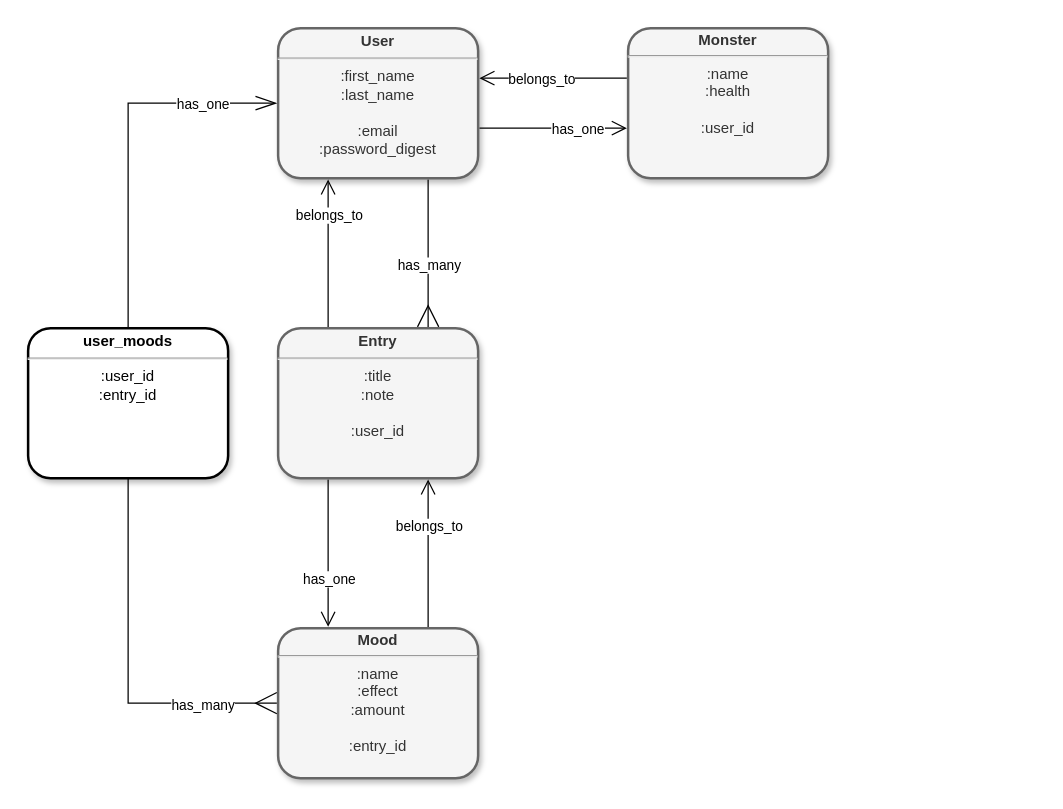
This is moody-mon.drawio from codymerritt347/moody-mon, a draw.io file, before an edit. Source tidied: cells renumbered, new cells numbered last; positions are measured from the earlier drawing's top-left corner, leaving out a move shared by most shapes. Both pictures are drawn from the tidied source at 125%, with x=0, y=0 at pixel (28, 28).
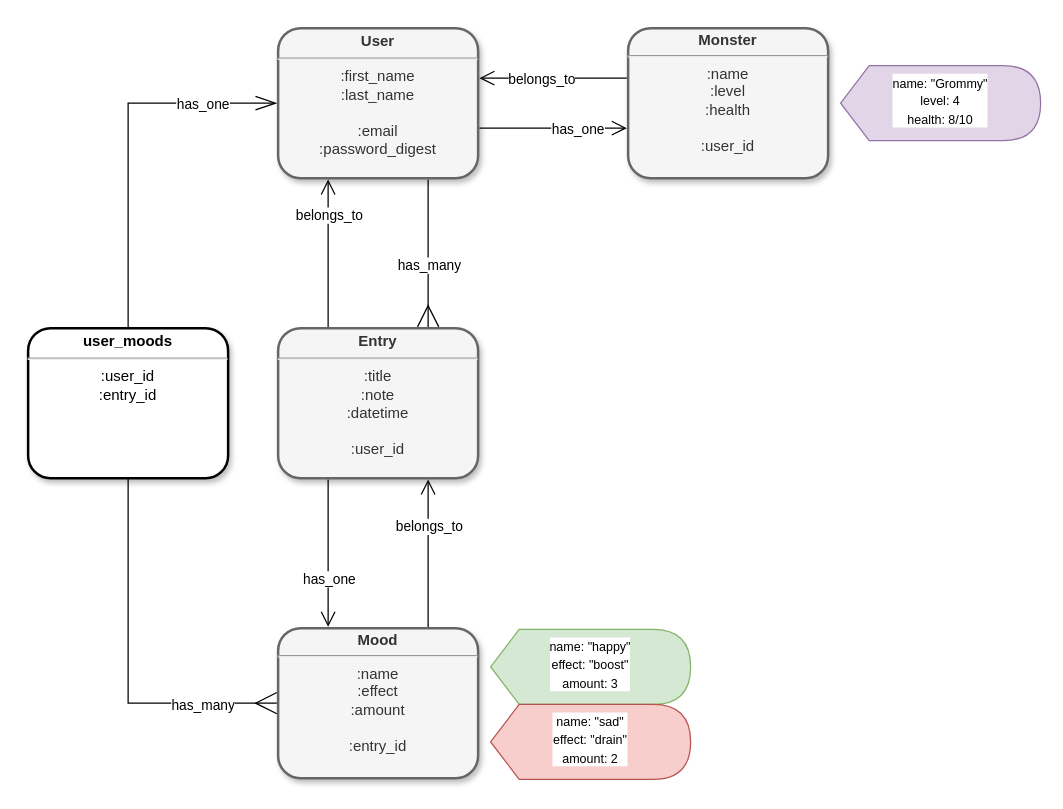
The same diagram, later.

Commit message:
Edit UML diagram

Diff of the diagram source:
```diff
@@
-    <mxCell id="12" value="&lt;p style=&quot;margin: 4px 0px 0px; line-height: 100%; font-size: 12px;&quot;&gt;&lt;b style=&quot;font-size: 12px;&quot;&gt;Monster&lt;/b&gt;&lt;/p&gt;&lt;hr style=&quot;font-size: 12px;&quot;&gt;:name&lt;br style=&quot;font-size: 12px;&quot;&gt;:health&lt;br style=&quot;font-size: 12px;&quot;&gt;&lt;br style=&quot;font-size: 12px;&quot;&gt;:user_id" style="verticalAlign=middle;align=center;overflow=fill;fontSize=12;fontFamily=Helvetica;html=1;perimeterSpacing=1;rounded=1;glass=0;shadow=1;sketch=0;strokeWidth=2;fillColor=#f5f5f5;strokeColor=#666666;fontColor=#333333;" parent="1" vertex="1">
+    <mxCell id="12" value="&lt;p style=&quot;margin: 4px 0px 0px ; line-height: 100% ; font-size: 12px&quot;&gt;&lt;b style=&quot;font-size: 12px&quot;&gt;Monster&lt;/b&gt;&lt;/p&gt;&lt;hr style=&quot;font-size: 12px&quot;&gt;:name&lt;br&gt;:level&lt;br style=&quot;font-size: 12px&quot;&gt;:health&lt;br style=&quot;font-size: 12px&quot;&gt;&lt;br style=&quot;font-size: 12px&quot;&gt;:user_id" style="verticalAlign=middle;align=center;overflow=fill;fontSize=12;fontFamily=Helvetica;html=1;perimeterSpacing=1;rounded=1;glass=0;shadow=1;sketch=0;strokeWidth=2;fillColor=#f5f5f5;strokeColor=#666666;fontColor=#333333;" parent="1" vertex="1">
       <mxGeometry x="480" width="160" height="120" as="geometry" />
     </mxCell>
@@
-    <mxCell id="17" value="&lt;p style=&quot;margin: 4px 0px 0px; font-size: 12px;&quot;&gt;&lt;b style=&quot;font-size: 12px;&quot;&gt;Entry&lt;/b&gt;&lt;/p&gt;&lt;hr style=&quot;font-size: 12px;&quot;&gt;:title&lt;br style=&quot;font-size: 12px;&quot;&gt;:note&lt;br style=&quot;font-size: 12px;&quot;&gt;&lt;br style=&quot;font-size: 12px;&quot;&gt;:user_id" style="verticalAlign=middle;align=center;overflow=fill;fontSize=12;fontFamily=Helvetica;html=1;perimeterSpacing=1;rounded=1;glass=0;shadow=1;sketch=0;strokeWidth=2;fillColor=#f5f5f5;strokeColor=#666666;fontColor=#333333;" parent="1" vertex="1">
+    <mxCell id="17" value="&lt;p style=&quot;margin: 4px 0px 0px ; font-size: 12px&quot;&gt;&lt;b style=&quot;font-size: 12px&quot;&gt;Entry&lt;/b&gt;&lt;/p&gt;&lt;hr style=&quot;font-size: 12px&quot;&gt;:title&lt;br style=&quot;font-size: 12px&quot;&gt;:note&lt;br&gt;:datetime&lt;br style=&quot;font-size: 12px&quot;&gt;&lt;br style=&quot;font-size: 12px&quot;&gt;:user_id" style="verticalAlign=middle;align=center;overflow=fill;fontSize=12;fontFamily=Helvetica;html=1;perimeterSpacing=1;rounded=1;glass=0;shadow=1;sketch=0;strokeWidth=2;fillColor=#f5f5f5;strokeColor=#666666;fontColor=#333333;" parent="1" vertex="1">
       <mxGeometry x="200" y="240" width="160" height="120" as="geometry" />
     </mxCell>
@@
+    <mxCell id="22" value="&lt;font size=&quot;1&quot;&gt;name: &quot;happy&quot;&lt;br&gt;effect: &quot;boost&quot;&lt;br&gt;amount: 3&lt;br&gt;&lt;/font&gt;" style="shape=display;whiteSpace=wrap;html=1;size=0.14285714285714285;fillColor=#d5e8d4;strokeColor=#82b366;verticalAlign=top;align=center;fontColor=#000000;labelBackgroundColor=#ffffff;" parent="1" vertex="1">
+      <mxGeometry x="370" y="481" width="160" height="60" as="geometry" />
+    </mxCell>
+    <mxCell id="23" value="&lt;font size=&quot;1&quot;&gt;&lt;font color=&quot;#000000&quot;&gt;name: &quot;sad&quot;&lt;br&gt;effect: &quot;drain&quot;&lt;br&gt;amount: 2&lt;/font&gt;&lt;br&gt;&lt;/font&gt;" style="shape=display;whiteSpace=wrap;html=1;size=0.14285714285714285;fillColor=#f8cecc;strokeColor=#b85450;verticalAlign=top;align=center;labelBackgroundColor=#ffffff;" parent="1" vertex="1">
+      <mxGeometry x="370" y="541" width="160" height="60" as="geometry" />
+    </mxCell>
+    <mxCell id="24" value="&lt;font size=&quot;1&quot;&gt;name: &quot;Grommy&quot;&lt;br&gt;level: 4&lt;br&gt;health: 8/10&lt;br&gt;&lt;/font&gt;" style="shape=display;whiteSpace=wrap;html=1;size=0.14285714285714285;fillColor=#e1d5e7;strokeColor=#9673a6;verticalAlign=top;align=center;labelBackgroundColor=#ffffff;fontColor=#000000;" parent="1" vertex="1">
+      <mxGeometry x="650" y="30" width="160" height="60" as="geometry" />
+    </mxCell>
```
